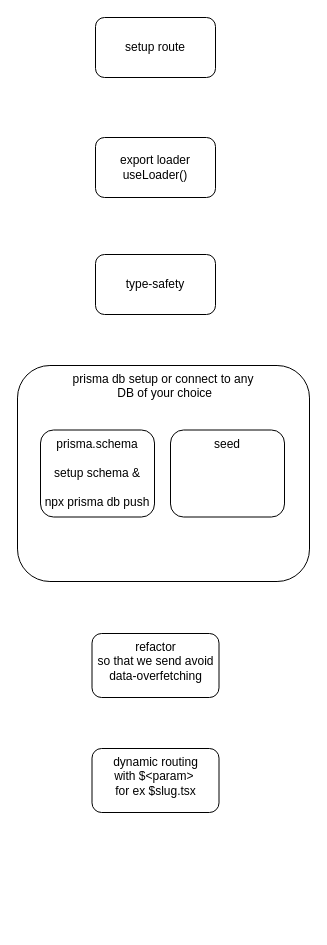
Before: remix.drawio in appsparkler/draw.io, a draw.io diagram. Source tidied: cells renumbered, new cells numbered last; positions are measured from the earlier drawing's top-left corner, leaving out a move shared by most shapes. Both pictures are drawn from the tidied source at 100%, with x=0, y=0 at pixel (17, 17).
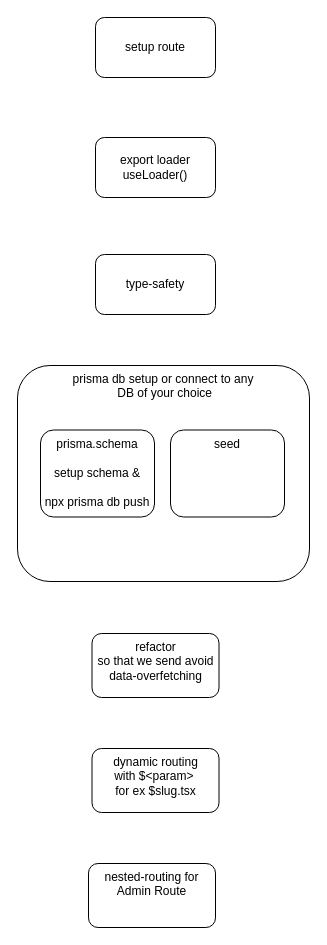
Above is the later version.

Diff of the diagram source:
```diff
@@
 <mxGraphModel>
   <root>
     <mxCell id="0" />
     <mxCell id="1" parent="0" />
     <mxCell id="2" value="setup route" style="rounded=1;whiteSpace=wrap;html=1;" parent="1" vertex="1">
       <mxGeometry x="78" width="120" height="60" as="geometry" />
     </mxCell>
     <mxCell id="3" value="export loader&lt;br&gt;useLoader()" style="rounded=1;whiteSpace=wrap;html=1;" parent="1" vertex="1">
       <mxGeometry x="78" y="120" width="120" height="60" as="geometry" />
     </mxCell>
     <mxCell id="4" value="type-safety" style="rounded=1;whiteSpace=wrap;html=1;" parent="1" vertex="1">
       <mxGeometry x="78" y="237" width="120" height="60" as="geometry" />
     </mxCell>
     <mxCell id="5" value="prisma db setup or connect to any&lt;br&gt;&amp;nbsp;DB of your choice" style="rounded=1;whiteSpace=wrap;html=1;verticalAlign=top;" parent="1" vertex="1">
       <mxGeometry y="348" width="292" height="216" as="geometry" />
     </mxCell>
     <mxCell id="6" value="prisma.schema&lt;br&gt;&lt;br&gt;setup schema &amp;amp;&lt;br&gt;&lt;br&gt;npx prisma db push" style="rounded=1;whiteSpace=wrap;html=1;verticalAlign=top;" parent="1" vertex="1">
       <mxGeometry x="23" y="412.5" width="114" height="87" as="geometry" />
     </mxCell>
     <mxCell id="7" value="seed&lt;br&gt;&lt;br&gt;" style="rounded=1;whiteSpace=wrap;html=1;verticalAlign=top;" parent="1" vertex="1">
       <mxGeometry x="153" y="412.5" width="114" height="87" as="geometry" />
     </mxCell>
     <mxCell id="8" value="refactor&lt;br&gt;so that we send avoid data-overfetching" style="rounded=1;whiteSpace=wrap;html=1;verticalAlign=top;" parent="1" vertex="1">
       <mxGeometry x="74.5" y="616" width="127" height="64" as="geometry" />
     </mxCell>
     <mxCell id="9" value="dynamic routing&lt;br&gt;with $&amp;lt;param&amp;gt;&amp;nbsp;&lt;br&gt;for ex $slug.tsx" style="rounded=1;whiteSpace=wrap;html=1;verticalAlign=top;" parent="1" vertex="1">
       <mxGeometry x="74.5" y="731" width="127" height="64" as="geometry" />
     </mxCell>
+    <mxCell id="10" value="nested-routing for Admin Route" style="rounded=1;whiteSpace=wrap;html=1;verticalAlign=top;" parent="1" vertex="1">
+      <mxGeometry x="71" y="846" width="127" height="64" as="geometry" />
+    </mxCell>
   </root>
 </mxGraphModel>
```
